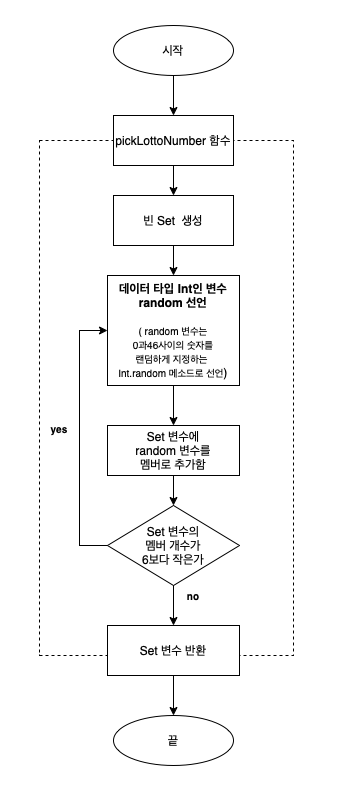
This is lotto_flowChart.drawio.png from yagom-academy/swift-starter-Round2, a draw.io export, as it was before one commit. Source tidied: cells renumbered, new cells last; positions are measured from the earlier drawing's top-left corner, leaving out a move shared by most shapes.
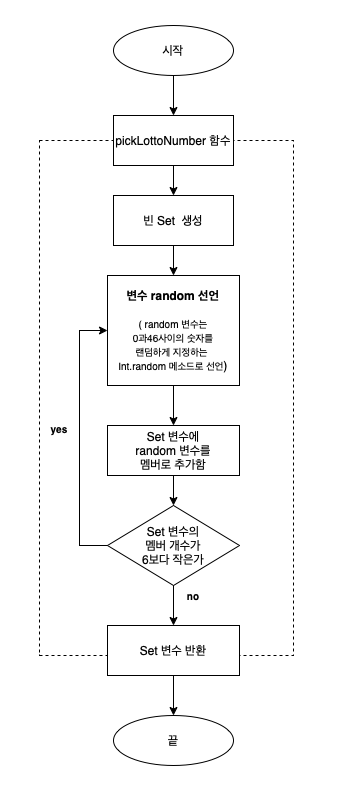
The same diagram one commit later.

Commit message:
순서도 내용 추가 수정

The edit, as a diff of the source:
```diff
@@ -29,7 +29,7 @@
     <mxCell id="10" style="edgeStyle=orthogonalEdgeStyle;rounded=0;jettySize=auto;html=1;entryX=0.5;entryY=0;entryDx=0;entryDy=0;fontSize=10;" parent="1" edge="1" source="11" target="19">
       <mxGeometry relative="1" as="geometry" />
     </mxCell>
-    <mxCell id="11" value="&lt;b&gt;데이터 타입 Int인 변수 &lt;br&gt;random 선언&lt;br&gt;&lt;/b&gt;&lt;br&gt;&lt;font style=&quot;font-size: 10px&quot;&gt;( random 변수는&lt;br style=&quot;font-size: 10px&quot;&gt;0과46사이의 숫자를&lt;br style=&quot;font-size: 10px&quot;&gt;랜덤하게 지정하는&amp;nbsp;&lt;br style=&quot;font-size: 10px&quot;&gt;Int.random 메소드로 선언&lt;/font&gt;)" style="rounded=0;whiteSpace=wrap;html=1;" parent="1" vertex="1">
+    <mxCell id="11" value="&lt;b&gt;변수 random 선언&lt;br&gt;&lt;/b&gt;&lt;br&gt;&lt;font style=&quot;font-size: 10px&quot;&gt;( random 변수는&lt;br style=&quot;font-size: 10px&quot;&gt;0과46사이의 숫자를&lt;br style=&quot;font-size: 10px&quot;&gt;랜덤하게 지정하는&amp;nbsp;&lt;br style=&quot;font-size: 10px&quot;&gt;Int.random 메소드로 선언&lt;/font&gt;)" style="rounded=0;whiteSpace=wrap;html=1;" parent="1" vertex="1">
       <mxGeometry x="107" y="275" width="132" height="110" as="geometry" />
     </mxCell>
     <mxCell id="12" style="edgeStyle=orthogonalEdgeStyle;rounded=0;jettySize=auto;html=1;entryX=0;entryY=0.5;entryDx=0;entryDy=0;fontSize=10;exitX=0;exitY=0.5;exitDx=0;exitDy=0;" parent="1" edge="1" source="14" target="11">
```
